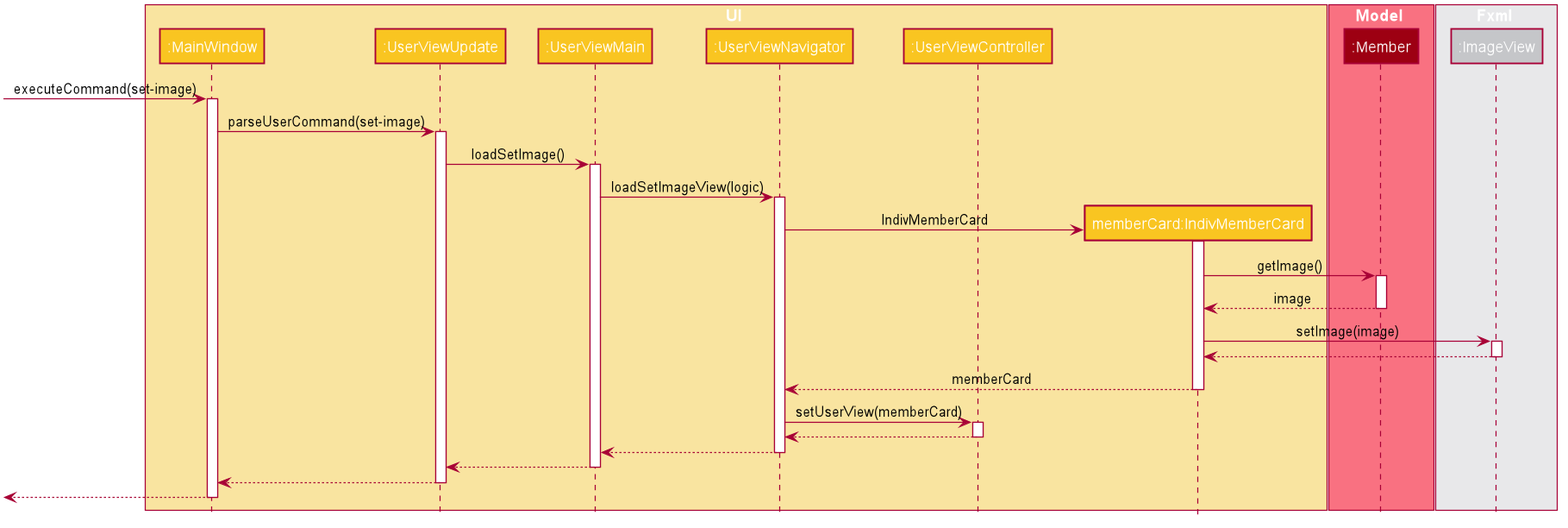
Before: docs/images/DisplayMemberSequenceDiagram.png, a diagram exported from PlantUML (nus-cs2103-AY1920S1/addressbook-level3).
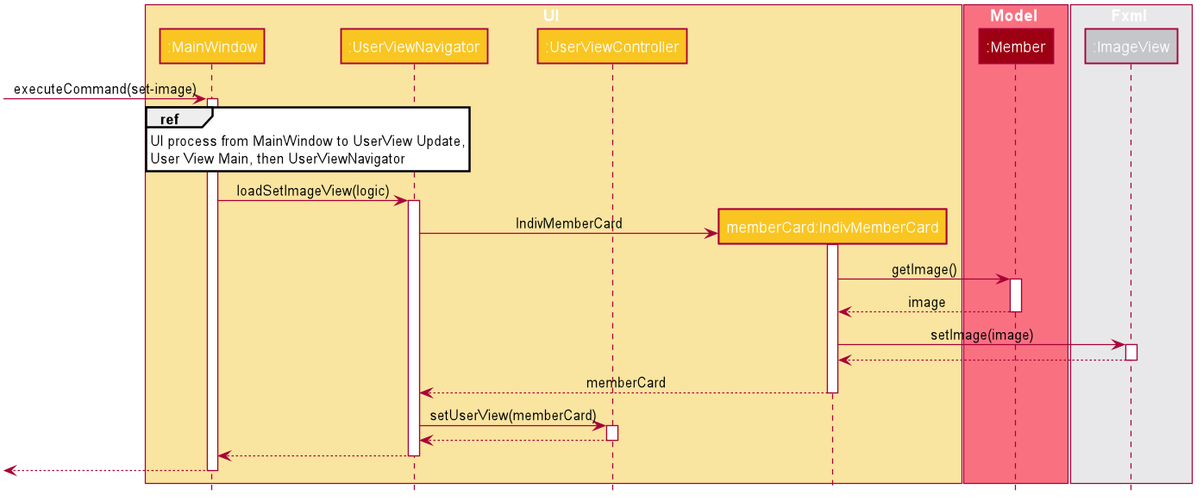
Later version of the same file.

The edit, as a diff of the source:
```diff
@@ -51,8 +51,6 @@
 
 box UI #F9E4A0
 participant ":MainWindow" as MainWindow #F9C521
-participant ":UserViewUpdate" as UserViewUpdate #F9C521
-participant ":UserViewMain" as UserViewMain #F9C521
 participant ":UserViewNavigator" as UserViewNavigator #F9C521
 participant ":UserViewController" as UserViewController #F9C521
 participant "memberCard:IndivMemberCard" as IndivMemberCard #F9C521
@@ -69,13 +67,10 @@
 [-> MainWindow : executeCommand(set-image)
 activate MainWindow
 
-MainWindow -> UserViewUpdate : parseUserCommand(set-image)
-activate UserViewUpdate
 
-UserViewUpdate -> UserViewMain : loadSetImage()
-activate UserViewMain
+ref over MainWindow: UI process from MainWindow to UserView Update,\nUser View Main, then UserViewNavigator
 
-UserViewMain -> UserViewNavigator : loadSetImageView(logic)
+MainWindow -> UserViewNavigator : loadSetImageView(logic)
 activate UserViewNavigator
 
 
@@ -104,14 +99,9 @@
 UserViewController --> UserViewNavigator
 deactivate UserViewController
 
-UserViewNavigator --> UserViewMain
+UserViewNavigator --> MainWindow
 deactivate UserViewNavigator
 
-UserViewMain --> UserViewUpdate
-deactivate UserViewMain
-
-UserViewUpdate --> MainWindow
-deactivate UserViewUpdate
 
 [<--MainWindow
 deactivate MainWindow
```
